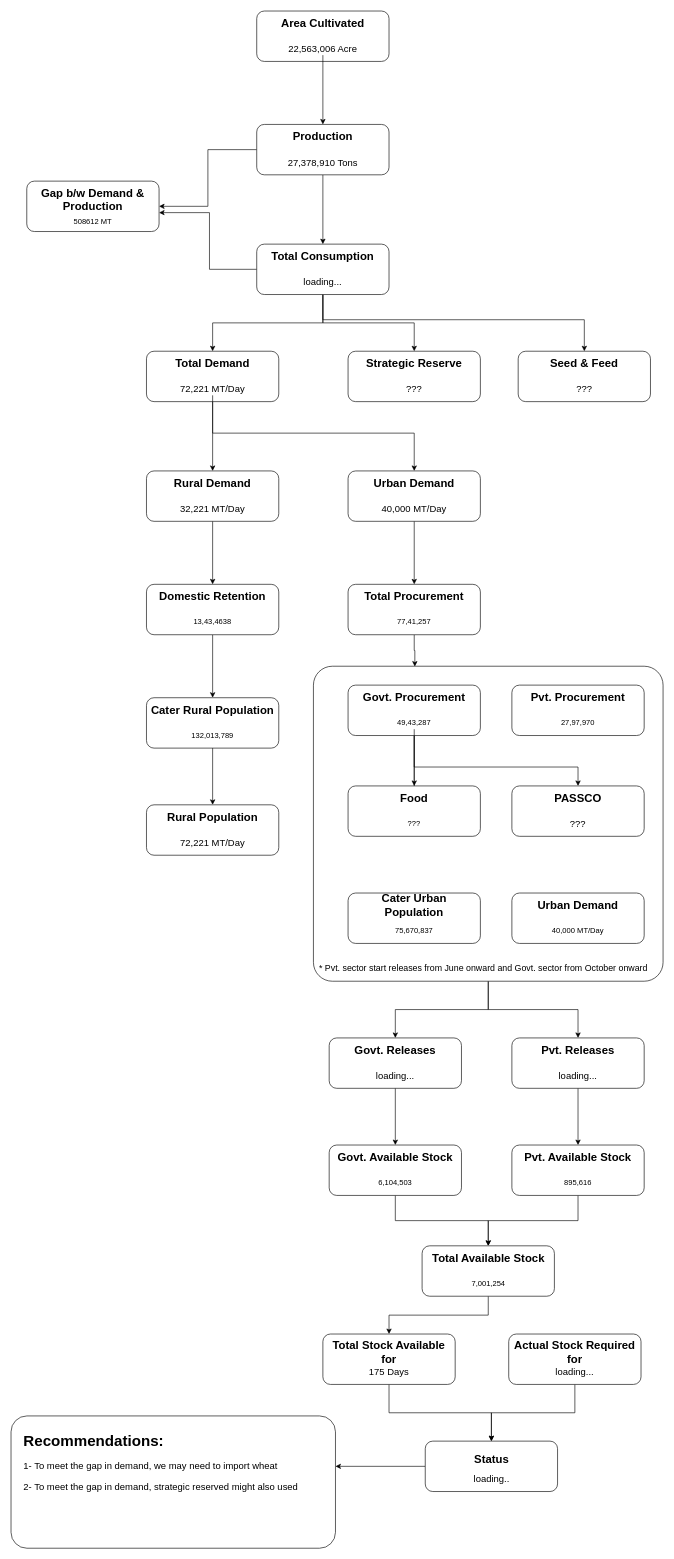
Above: flowchart.drawio in MNFSR/drawio (draw.io), before the change. Source tidied: cells renumbered, new cells numbered last; positions are measured from the earlier drawing's top-left corner, leaving out a move shared by most shapes. Both pictures are drawn from the tidied source at 63%, with x=0, y=0 at pixel (11, 11).
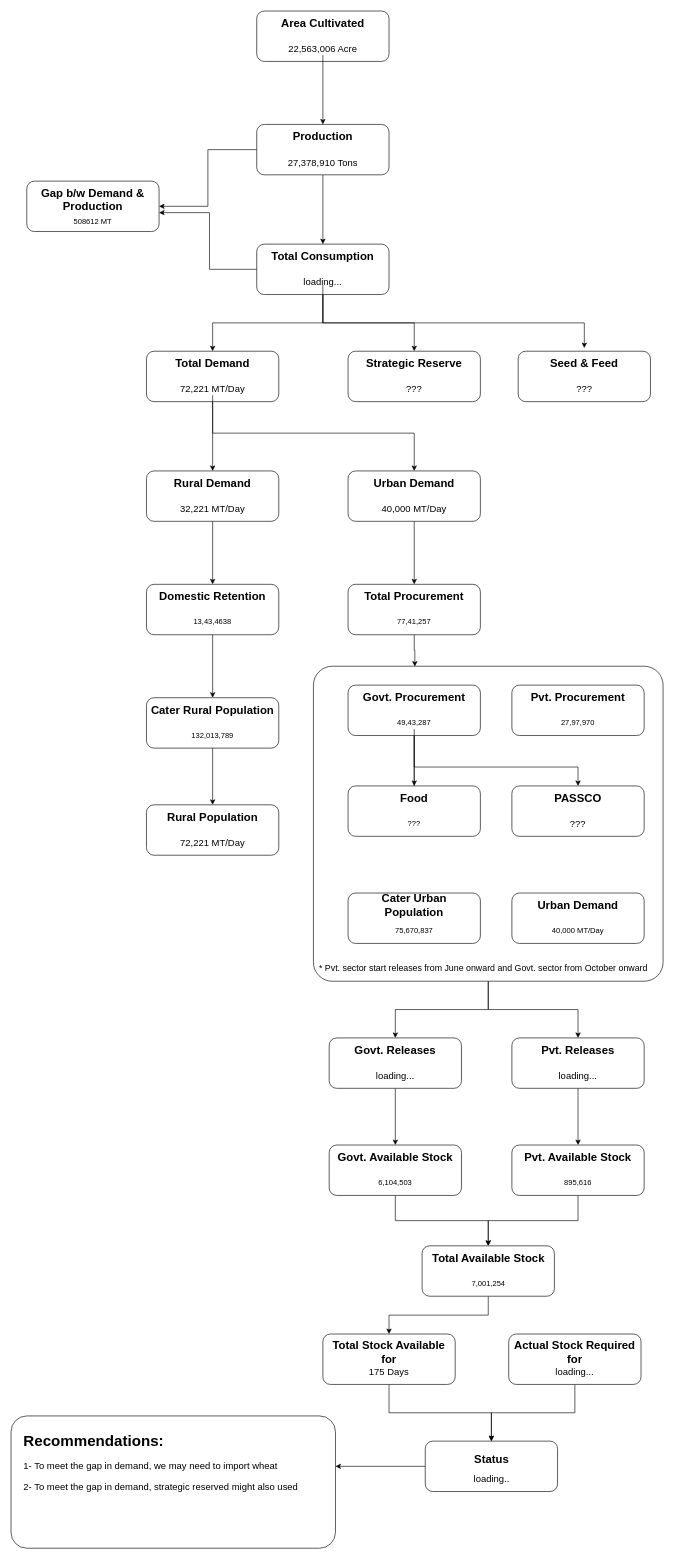
Above is the later version.

The change refers to these unchanged cells:
```xml
<mxCell id="18" style="rounded=1;whiteSpace=wrap;html=1;" parent="1" vertex="1">
  <mxGeometry x="390" y="370" width="210" height="80" as="geometry" />
</mxCell>
<mxCell id="32" style="rounded=1;whiteSpace=wrap;html=1;" parent="1" vertex="1">
  <mxGeometry x="805" y="540" width="210" height="80" as="geometry" />
</mxCell>
```

Change to the diagram source:
```diff
@@
-    <mxCell id="17" style="edgeStyle=orthogonalEdgeStyle;rounded=0;jettySize=auto;html=1;" parent="1" edge="1" source="18" target="32">
-      <mxGeometry relative="1" as="geometry">
-        <Array as="points">
-          <mxPoint x="495" y="490" />
-          <mxPoint x="910" y="490" />
-        </Array>
-      </mxGeometry>
-    </mxCell>
@@
+    <mxCell id="114" style="edgeStyle=orthogonalEdgeStyle;rounded=0;jumpSize=6;orthogonalLoop=1;jettySize=auto;html=1;entryX=0.5;entryY=0;entryDx=0;entryDy=0;" parent="1" edge="1">
+      <mxGeometry relative="1" as="geometry">
+        <mxPoint x="495" y="435" as="sourcePoint" />
+        <mxPoint x="910" y="535" as="targetPoint" />
+        <Array as="points">
+          <mxPoint x="495" y="495" />
+          <mxPoint x="910" y="495" />
+        </Array>
+      </mxGeometry>
+    </mxCell>
```
